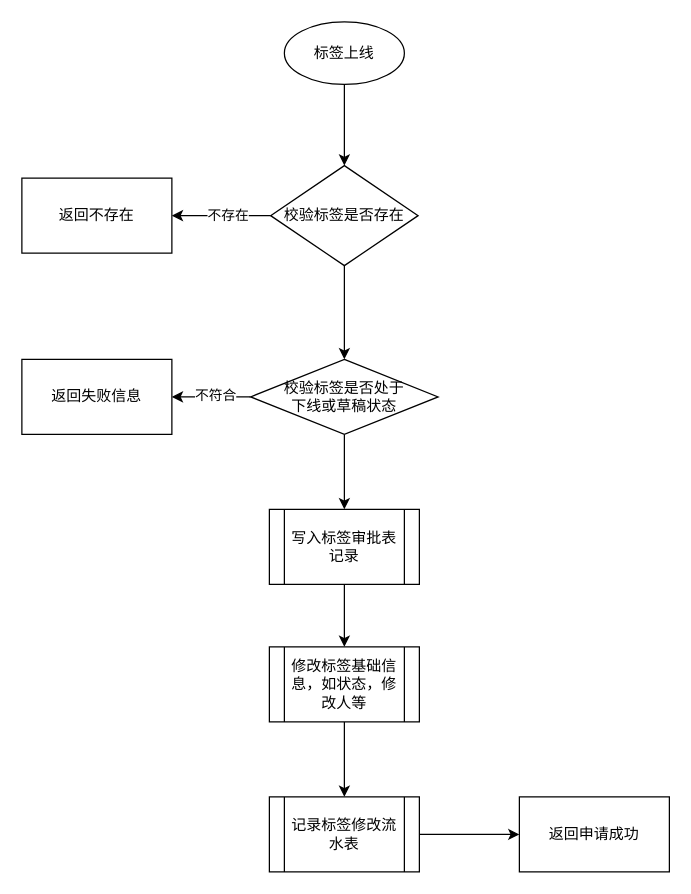
Above: 标签上线流程图.drawio in 1418956397/JavaWeb-Project-Source-Share (draw.io), before the change. Source tidied: cells renumbered, new cells numbered last; positions are measured from the earlier drawing's top-left corner, leaving out a move shared by most shapes. Both pictures are drawn from the tidied source at 125%, with x=0, y=0 at pixel (21, 21).
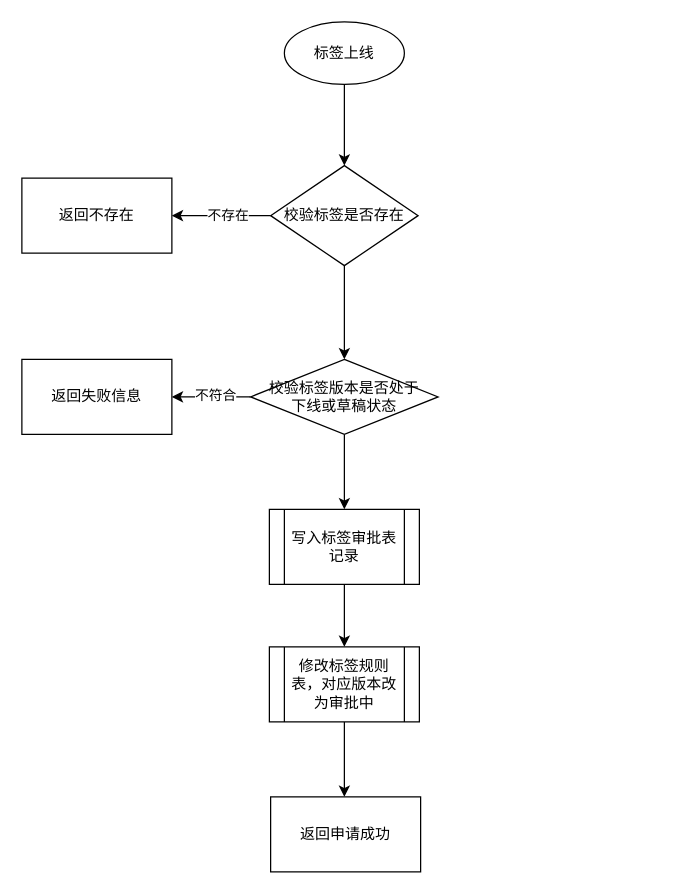
Above is the later version.

Commit message:
更新标签上线流程图.drawio

Change to the diagram source:
```diff
@@
-    <mxCell id="12" value="校验标签是否处于&lt;div&gt;下线或草稿状态&lt;/div&gt;" style="rhombus;whiteSpace=wrap;html=1;" parent="1" vertex="1">
+    <mxCell id="12" value="校验标签版本是否处于&lt;div&gt;下线或草稿状态&lt;/div&gt;" style="rhombus;whiteSpace=wrap;html=1;" parent="1" vertex="1">
       <mxGeometry x="183" y="270" width="150" height="60" as="geometry" />
     </mxCell>
@@
-    <mxCell id="16" style="edgeStyle=orthogonalEdgeStyle;rounded=0;jettySize=auto;html=1;" parent="1" edge="1" source="17" target="19">
-      <mxGeometry relative="1" as="geometry" />
+    <mxCell id="16" style="edgeStyle=orthogonalEdgeStyle;rounded=0;jettySize=auto;html=1;" parent="1" edge="1" source="17">
+      <mxGeometry relative="1" as="geometry">
+        <mxPoint x="258" y="620" as="targetPoint" />
+      </mxGeometry>
     </mxCell>
-    <mxCell id="17" value="修改标签基础信息，如状态，修改人等" style="shape=process;whiteSpace=wrap;html=1;backgroundOutline=1;" parent="1" vertex="1">
+    <mxCell id="17" value="修改标签规则表，对应版本改为审批中" style="shape=process;whiteSpace=wrap;html=1;backgroundOutline=1;" parent="1" vertex="1">
       <mxGeometry x="198" y="500" width="120" height="60" as="geometry" />
     </mxCell>
-    <mxCell id="18" style="edgeStyle=orthogonalEdgeStyle;rounded=0;jettySize=auto;html=1;" parent="1" edge="1" source="19" target="20">
-      <mxGeometry relative="1" as="geometry" />
-    </mxCell>
-    <mxCell id="19" value="记录标签修改流水表" style="shape=process;whiteSpace=wrap;html=1;backgroundOutline=1;" parent="1" vertex="1">
-      <mxGeometry x="198" y="620" width="120" height="60" as="geometry" />
-    </mxCell>
     <mxCell id="20" value="返回申请成功" style="whiteSpace=wrap;html=1;" parent="1" vertex="1">
-      <mxGeometry x="398" y="620" width="120" height="60" as="geometry" />
+      <mxGeometry x="199" y="620" width="120" height="60" as="geometry" />
     </mxCell>
```
